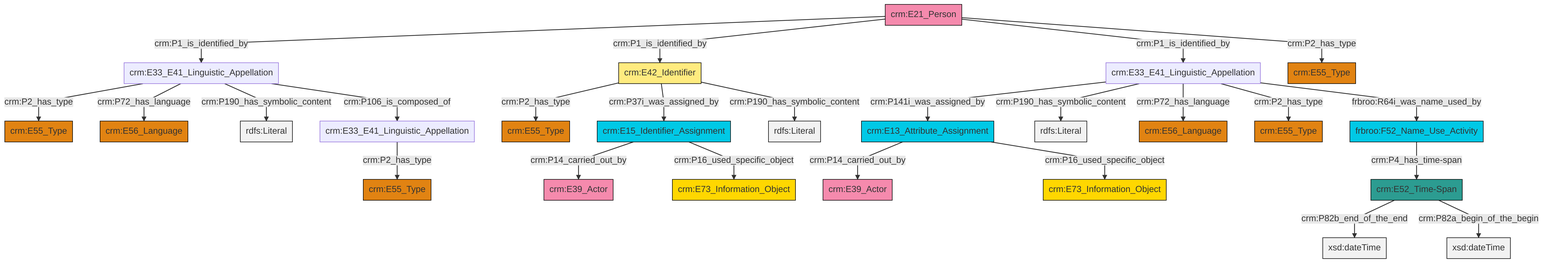
Above: et/personCSV/ttl/mmd/png/Person_Names_and_Classification.png in swiss-art-research-net/reference-data-models (Mermaid), before the change. Its source is kept beside it as et/personCSV/ttl/mmd/Person_Names_and_Classification.ttl.mmd.
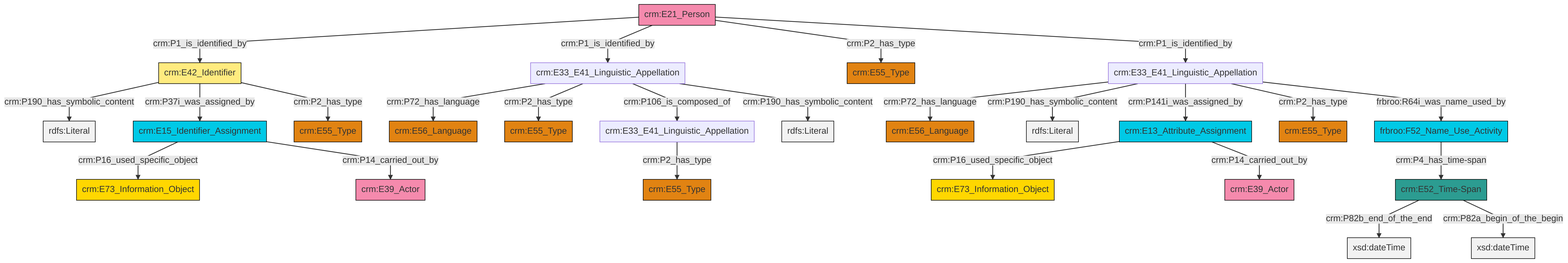
After the change.

The edit, as a diff of the source:
```diff
@@ -13,27 +13,27 @@
 classDef PC_Classes fill:#4ce600, stroke:#000000;
 classDef Multi fill:#cccccc,stroke:#000000;
 
-0["crm:E21_Person"]:::Actor -->|crm:P1_is_identified_by| 1["crm:E33_E41_Linguistic_Appellation"]:::Default
-2["crm:E33_E41_Linguistic_Appellation"]:::Default -->|crm:P2_has_type| 3["crm:E55_Type"]:::Type
-6["crm:E33_E41_Linguistic_Appellation"]:::Default -->|crm:P141i_was_assigned_by| 7["crm:E13_Attribute_Assignment"]:::Temporal_Entity
-12["crm:E42_Identifier"]:::Appellation -->|crm:P2_has_type| 10["crm:E55_Type"]:::Type
-16["frbroo:F52_Name_Use_Activity"]:::Temporal_Entity -->|crm:P4_has_time-span| 17["crm:E52_Time-Span"]:::Time-Span
-22["crm:E15_Identifier_Assignment"]:::Temporal_Entity -->|crm:P14_carried_out_by| 23["crm:E39_Actor"]:::Actor
-0["crm:E21_Person"]:::Actor -->|crm:P1_is_identified_by| 12["crm:E42_Identifier"]:::Appellation
-1["crm:E33_E41_Linguistic_Appellation"]:::Default -->|crm:P2_has_type| 20["crm:E55_Type"]:::Type
-7["crm:E13_Attribute_Assignment"]:::Temporal_Entity -->|crm:P14_carried_out_by| 28["crm:E39_Actor"]:::Actor
-0["crm:E21_Person"]:::Actor -->|crm:P1_is_identified_by| 6["crm:E33_E41_Linguistic_Appellation"]:::Default
-1["crm:E33_E41_Linguistic_Appellation"]:::Default -->|crm:P72_has_language| 24["crm:E56_Language"]:::Type
-6["crm:E33_E41_Linguistic_Appellation"]:::Default -->|crm:P190_has_symbolic_content| 30[rdfs:Literal]:::Literal
-12["crm:E42_Identifier"]:::Appellation -->|crm:P37i_was_assigned_by| 22["crm:E15_Identifier_Assignment"]:::Temporal_Entity
-17["crm:E52_Time-Span"]:::Time-Span -->|crm:P82b_end_of_the_end| 35[xsd:dateTime]:::Literal
-1["crm:E33_E41_Linguistic_Appellation"]:::Default -->|crm:P190_has_symbolic_content| 36[rdfs:Literal]:::Literal
-22["crm:E15_Identifier_Assignment"]:::Temporal_Entity -->|crm:P16_used_specific_object| 14["crm:E73_Information_Object"]:::Conceptual_Object
-6["crm:E33_E41_Linguistic_Appellation"]:::Default -->|crm:P72_has_language| 31["crm:E56_Language"]:::Type
-6["crm:E33_E41_Linguistic_Appellation"]:::Default -->|crm:P2_has_type| 26["crm:E55_Type"]:::Type
-0["crm:E21_Person"]:::Actor -->|crm:P2_has_type| 8["crm:E55_Type"]:::Type
-12["crm:E42_Identifier"]:::Appellation -->|crm:P190_has_symbolic_content| 40[rdfs:Literal]:::Literal
-6["crm:E33_E41_Linguistic_Appellation"]:::Default -->|frbroo:R64i_was_name_used_by| 16["frbroo:F52_Name_Use_Activity"]:::Temporal_Entity
-7["crm:E13_Attribute_Assignment"]:::Temporal_Entity -->|crm:P16_used_specific_object| 42["crm:E73_Information_Object"]:::Conceptual_Object
-1["crm:E33_E41_Linguistic_Appellation"]:::Default -->|crm:P106_is_composed_of| 2["crm:E33_E41_Linguistic_Appellation"]:::Default
-17["crm:E52_Time-Span"]:::Time-Span -->|crm:P82a_begin_of_the_begin| 45[xsd:dateTime]:::Literal
+0["crm:E42_Identifier"]:::Appellation -->|crm:P190_has_symbolic_content| 1[rdfs:Literal]:::Literal
+10["crm:E21_Person"]:::Actor -->|crm:P1_is_identified_by| 0["crm:E42_Identifier"]:::Appellation
+15["crm:E33_E41_Linguistic_Appellation"]:::Default -->|crm:P72_has_language| 16["crm:E56_Language"]:::Type
+0["crm:E42_Identifier"]:::Appellation -->|crm:P37i_was_assigned_by| 17["crm:E15_Identifier_Assignment"]:::Temporal_Entity
+18["crm:E33_E41_Linguistic_Appellation"]:::Default -->|crm:P72_has_language| 11["crm:E56_Language"]:::Type
+18["crm:E33_E41_Linguistic_Appellation"]:::Default -->|crm:P2_has_type| 8["crm:E55_Type"]:::Type
+10["crm:E21_Person"]:::Actor -->|crm:P1_is_identified_by| 18["crm:E33_E41_Linguistic_Appellation"]:::Default
+10["crm:E21_Person"]:::Actor -->|crm:P2_has_type| 26["crm:E55_Type"]:::Type
+10["crm:E21_Person"]:::Actor -->|crm:P1_is_identified_by| 15["crm:E33_E41_Linguistic_Appellation"]:::Default
+15["crm:E33_E41_Linguistic_Appellation"]:::Default -->|crm:P190_has_symbolic_content| 27[rdfs:Literal]:::Literal
+17["crm:E15_Identifier_Assignment"]:::Temporal_Entity -->|crm:P16_used_specific_object| 30["crm:E73_Information_Object"]:::Conceptual_Object
+18["crm:E33_E41_Linguistic_Appellation"]:::Default -->|crm:P106_is_composed_of| 2["crm:E33_E41_Linguistic_Appellation"]:::Default
+4["crm:E52_Time-Span"]:::Time-Span -->|crm:P82b_end_of_the_end| 34[xsd:dateTime]:::Literal
+32["frbroo:F52_Name_Use_Activity"]:::Temporal_Entity -->|crm:P4_has_time-span| 4["crm:E52_Time-Span"]:::Time-Span
+15["crm:E33_E41_Linguistic_Appellation"]:::Default -->|crm:P141i_was_assigned_by| 21["crm:E13_Attribute_Assignment"]:::Temporal_Entity
+18["crm:E33_E41_Linguistic_Appellation"]:::Default -->|crm:P190_has_symbolic_content| 39[rdfs:Literal]:::Literal
+21["crm:E13_Attribute_Assignment"]:::Temporal_Entity -->|crm:P16_used_specific_object| 37["crm:E73_Information_Object"]:::Conceptual_Object
+4["crm:E52_Time-Span"]:::Time-Span -->|crm:P82a_begin_of_the_begin| 40[xsd:dateTime]:::Literal
+17["crm:E15_Identifier_Assignment"]:::Temporal_Entity -->|crm:P14_carried_out_by| 6["crm:E39_Actor"]:::Actor
+15["crm:E33_E41_Linguistic_Appellation"]:::Default -->|crm:P2_has_type| 23["crm:E55_Type"]:::Type
+21["crm:E13_Attribute_Assignment"]:::Temporal_Entity -->|crm:P14_carried_out_by| 43["crm:E39_Actor"]:::Actor
+15["crm:E33_E41_Linguistic_Appellation"]:::Default -->|frbroo:R64i_was_name_used_by| 32["frbroo:F52_Name_Use_Activity"]:::Temporal_Entity
+0["crm:E42_Identifier"]:::Appellation -->|crm:P2_has_type| 28["crm:E55_Type"]:::Type
+2["crm:E33_E41_Linguistic_Appellation"]:::Default -->|crm:P2_has_type| 19["crm:E55_Type"]:::Type
```
